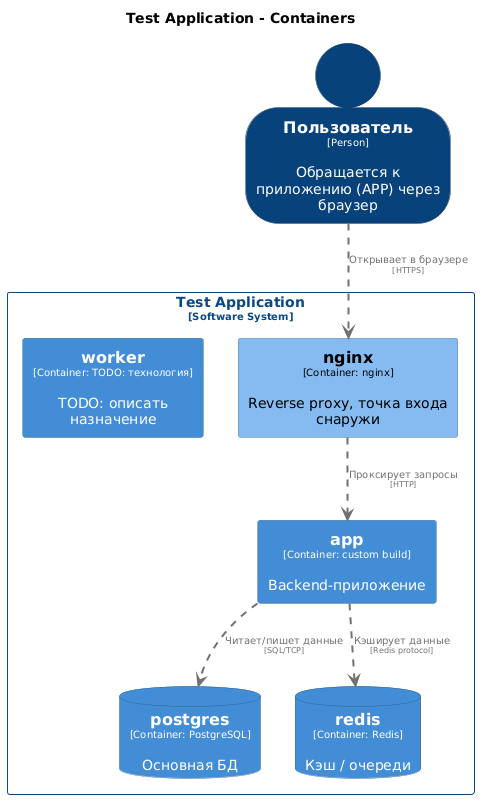
The PlantUML diagram architecture/diagrams/structurizr-Containers.png in dmitryimalkov/cicd, before a commit.
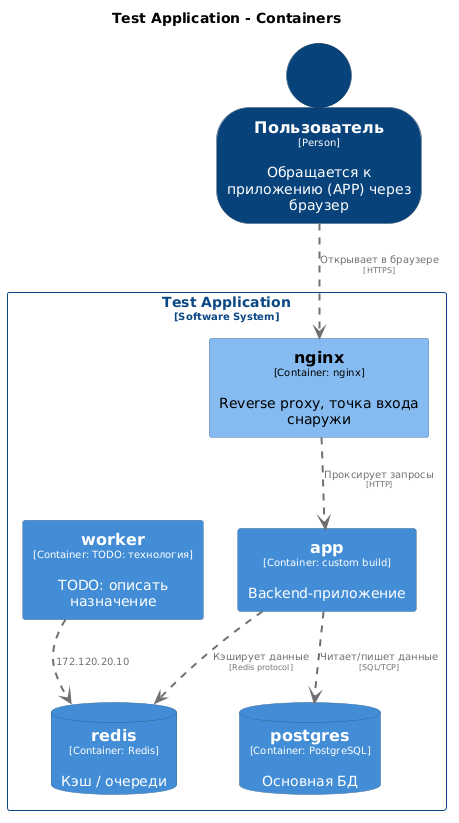
Later version of the same file.

Commit message:
docs: auto-sync architecture with docker-compose

The edit, as a diff of the source:
```diff
@@ -67,6 +67,7 @@
 
 TestApplication.app .[#707070,thickness=2].> TestApplication.postgres : "<color:#707070>Читает/пишет данные\n<color:#707070><size:8>[SQL/TCP]</size>"
 TestApplication.app .[#707070,thickness=2].> TestApplication.redis : "<color:#707070>Кэширует данные\n<color:#707070><size:8>[Redis protocol]</size>"
+TestApplication.worker .[#707070,thickness=2].> TestApplication.redis : "<color:#707070>172.120.20.10"
 Пользователь .[#707070,thickness=2].> TestApplication.nginx : "<color:#707070>Открывает в браузере\n<color:#707070><size:8>[HTTPS]</size>"
 TestApplication.nginx .[#707070,thickness=2].> TestApplication.app : "<color:#707070>Проксирует запросы\n<color:#707070><size:8>[HTTP]</size>"
 @enduml
```
